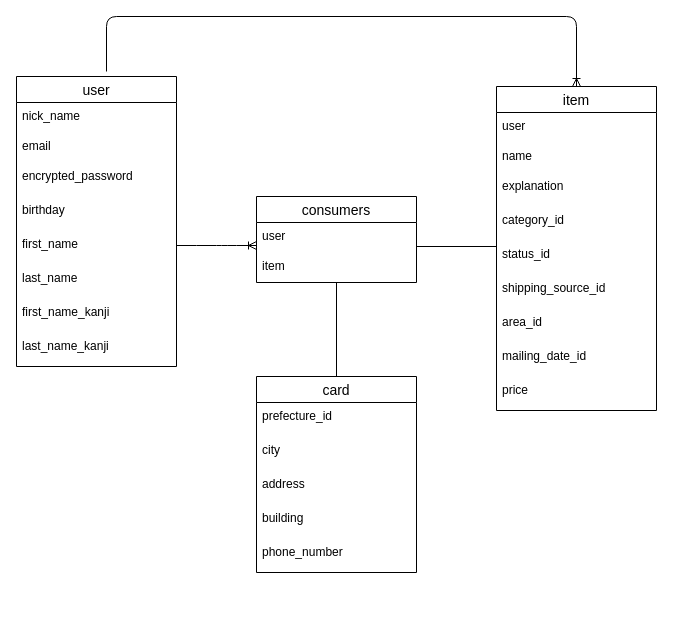
Earlier version of the draw.io diagram furima.dio (osushizuki/furima-36044). Source tidied: cells renumbered, new cells numbered last; positions are measured from the earlier drawing's top-left corner, leaving out a move shared by most shapes. Both pictures are drawn from the tidied source at 100%, with x=0, y=0 at pixel (16, 16).
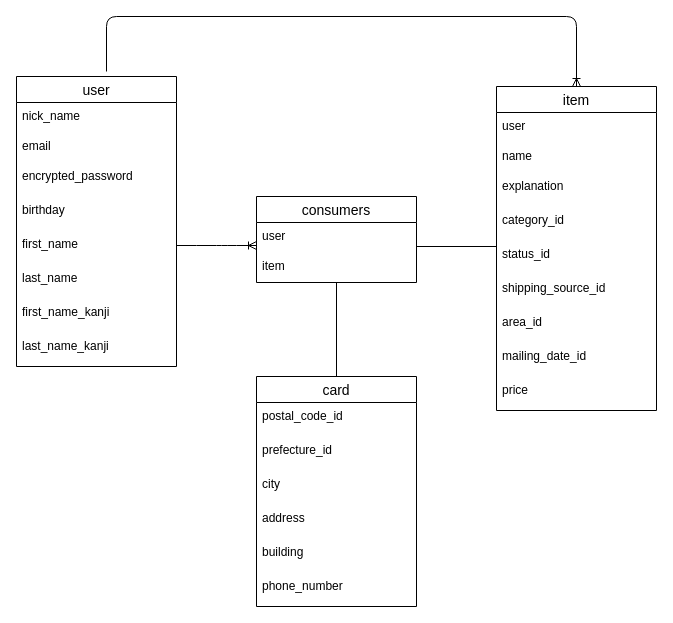
After the change.

Commit message (it also covers changes not shown here):
データベース設計修正２

What changed in the source:
```diff
@@
     <mxCell id="21" value="card" style="swimlane;fontStyle=0;horizontal=1;startSize=26;align=center;fontSize=14;" parent="1" vertex="1">
-      <mxGeometry x="240" y="360" width="160" height="196" as="geometry" />
+      <mxGeometry x="240" y="360" width="160" height="230" as="geometry" />
     </mxCell>
+    <mxCell id="34" value="postal_code_id" style="text;strokeColor=none;fillColor=none;spacingLeft=4;spacingRight=4;overflow=hidden;fontSize=12;" parent="21" vertex="1">
+      <mxGeometry y="26" width="160" height="34" as="geometry" />
+    </mxCell>
     <mxCell id="22" value="prefecture_id" style="text;strokeColor=none;fillColor=none;spacingLeft=4;spacingRight=4;overflow=hidden;fontSize=12;" parent="21" vertex="1">
-      <mxGeometry y="26" width="160" height="34" as="geometry" />
+      <mxGeometry y="60" width="160" height="34" as="geometry" />
     </mxCell>
     <mxCell id="23" value="city" style="text;strokeColor=none;fillColor=none;spacingLeft=4;spacingRight=4;overflow=hidden;fontSize=12;" parent="21" vertex="1">
-      <mxGeometry y="60" width="160" height="34" as="geometry" />
+      <mxGeometry y="94" width="160" height="34" as="geometry" />
     </mxCell>
     <mxCell id="24" value="address" style="text;strokeColor=none;fillColor=none;spacingLeft=4;spacingRight=4;overflow=hidden;fontSize=12;" parent="21" vertex="1">
-      <mxGeometry y="94" width="160" height="34" as="geometry" />
+      <mxGeometry y="128" width="160" height="34" as="geometry" />
     </mxCell>
     <mxCell id="25" value="building" style="text;strokeColor=none;fillColor=none;spacingLeft=4;spacingRight=4;overflow=hidden;fontSize=12;" parent="21" vertex="1">
-      <mxGeometry y="128" width="160" height="34" as="geometry" />
+      <mxGeometry y="162" width="160" height="34" as="geometry" />
     </mxCell>
     <mxCell id="26" value="phone_number" style="text;strokeColor=none;fillColor=none;spacingLeft=4;spacingRight=4;overflow=hidden;fontSize=12;" parent="21" vertex="1">
-      <mxGeometry y="162" width="160" height="34" as="geometry" />
+      <mxGeometry y="196" width="160" height="34" as="geometry" />
     </mxCell>
```
